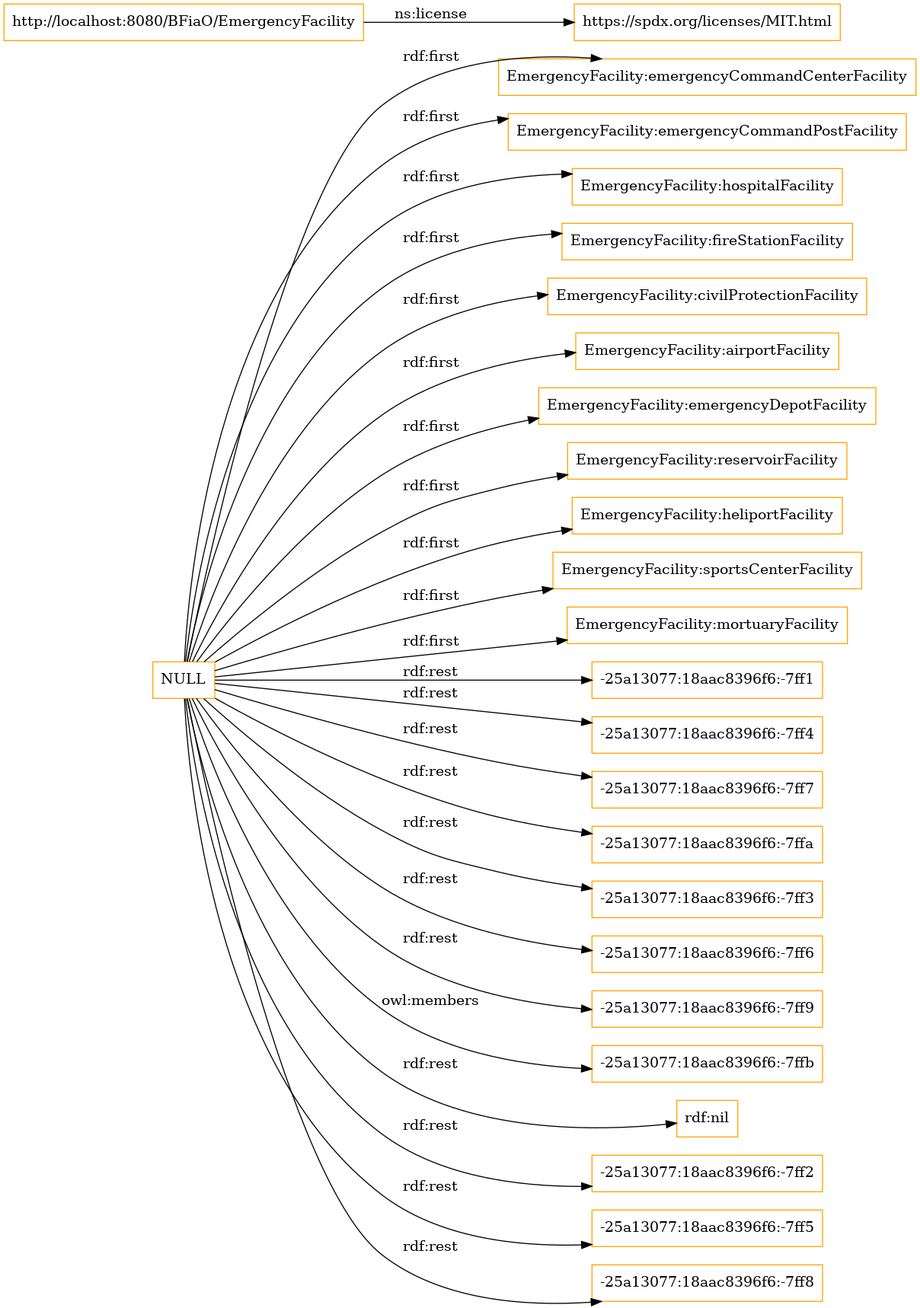
Earlier version of the Graphviz export OnToology/EmergencyFacility.owl/diagrams/ar2dtool-class/EmergencyFacility.owl.png (ahmad88me/bfiao). Its source is kept beside it as OnToology/EmergencyFacility.owl/diagrams/ar2dtool-class/EmergencyFacility.owl.png.dot. Source of this version:
```dot
digraph ar2dtool_diagram {
rankdir=LR;
size="1501"
node [shape = rectangle, color="orange"]; "EmergencyFacility:emergencyCommandCenterFacility" "EmergencyFacility:emergencyCommandPostFacility" "EmergencyFacility:hospitalFacility" "EmergencyFacility:fireStationFacility" "EmergencyFacility:civilProtectionFacility" "EmergencyFacility:airportFacility" "EmergencyFacility:emergencyDepotFacility" "EmergencyFacility:reservoirFacility" "EmergencyFacility:heliportFacility" "EmergencyFacility:sportsCenterFacility" "EmergencyFacility:mortuaryFacility" ; /*classes style*/
	"NULL" -> "-25a13077:18aac8396f6:-7ff1" [ label = "rdf:rest" ];
	"NULL" -> "-25a13077:18aac8396f6:-7ff4" [ label = "rdf:rest" ];
	"NULL" -> "-25a13077:18aac8396f6:-7ff7" [ label = "rdf:rest" ];
	"NULL" -> "EmergencyFacility:civilProtectionFacility" [ label = "rdf:first" ];
	"NULL" -> "EmergencyFacility:emergencyCommandPostFacility" [ label = "rdf:first" ];
	"NULL" -> "-25a13077:18aac8396f6:-7ffa" [ label = "rdf:rest" ];
	"NULL" -> "-25a13077:18aac8396f6:-7ff3" [ label = "rdf:rest" ];
	"NULL" -> "-25a13077:18aac8396f6:-7ff6" [ label = "rdf:rest" ];
	"NULL" -> "-25a13077:18aac8396f6:-7ff9" [ label = "rdf:rest" ];
	"NULL" -> "EmergencyFacility:emergencyDepotFacility" [ label = "rdf:first" ];
	"NULL" -> "-25a13077:18aac8396f6:-7ffb" [ label = "owl:members" ];
	"NULL" -> "EmergencyFacility:hospitalFacility" [ label = "rdf:first" ];
	"NULL" -> "rdf:nil" [ label = "rdf:rest" ];
	"NULL" -> "EmergencyFacility:airportFacility" [ label = "rdf:first" ];
	"NULL" -> "-25a13077:18aac8396f6:-7ff2" [ label = "rdf:rest" ];
	"NULL" -> "EmergencyFacility:heliportFacility" [ label = "rdf:first" ];
	"NULL" -> "-25a13077:18aac8396f6:-7ff5" [ label = "rdf:rest" ];
	"NULL" -> "-25a13077:18aac8396f6:-7ff8" [ label = "rdf:rest" ];
	"NULL" -> "EmergencyFacility:emergencyCommandCenterFacility" [ label = "rdf:first" ];
	"NULL" -> "EmergencyFacility:fireStationFacility" [ label = "rdf:first" ];
	"NULL" -> "EmergencyFacility:reservoirFacility" [ label = "rdf:first" ];
	"NULL" -> "EmergencyFacility:mortuaryFacility" [ label = "rdf:first" ];
	"NULL" -> "EmergencyFacility:sportsCenterFacility" [ label = "rdf:first" ];
	"http://localhost:8080/BFiaO/EmergencyFacility" -> "https://spdx.org/licenses/MIT.html" [ label = "ns:license" ];

}
```
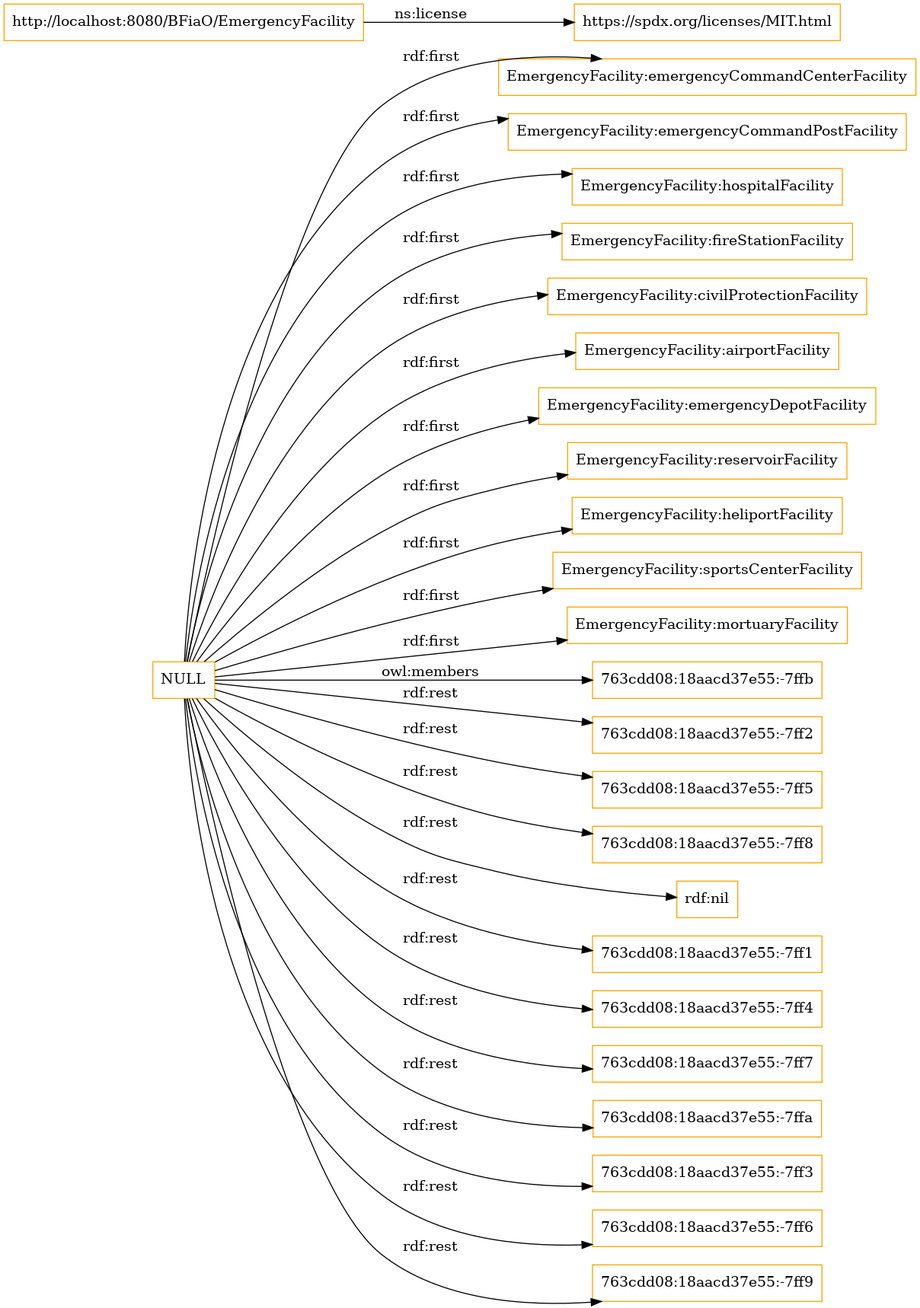
The same diagram one commit later.

Diff of the diagram source:
```diff
@@ -2,29 +2,29 @@
 rankdir=LR;
 size="1501"
 node [shape = rectangle, color="orange"]; "EmergencyFacility:emergencyCommandCenterFacility" "EmergencyFacility:emergencyCommandPostFacility" "EmergencyFacility:hospitalFacility" "EmergencyFacility:fireStationFacility" "EmergencyFacility:civilProtectionFacility" "EmergencyFacility:airportFacility" "EmergencyFacility:emergencyDepotFacility" "EmergencyFacility:reservoirFacility" "EmergencyFacility:heliportFacility" "EmergencyFacility:sportsCenterFacility" "EmergencyFacility:mortuaryFacility" ; /*classes style*/
-	"NULL" -> "-25a13077:18aac8396f6:-7ff1" [ label = "rdf:rest" ];
-	"NULL" -> "-25a13077:18aac8396f6:-7ff4" [ label = "rdf:rest" ];
-	"NULL" -> "-25a13077:18aac8396f6:-7ff7" [ label = "rdf:rest" ];
 	"NULL" -> "EmergencyFacility:civilProtectionFacility" [ label = "rdf:first" ];
+	"NULL" -> "763cdd08:18aacd37e55:-7ffb" [ label = "owl:members" ];
 	"NULL" -> "EmergencyFacility:emergencyCommandPostFacility" [ label = "rdf:first" ];
-	"NULL" -> "-25a13077:18aac8396f6:-7ffa" [ label = "rdf:rest" ];
-	"NULL" -> "-25a13077:18aac8396f6:-7ff3" [ label = "rdf:rest" ];
-	"NULL" -> "-25a13077:18aac8396f6:-7ff6" [ label = "rdf:rest" ];
-	"NULL" -> "-25a13077:18aac8396f6:-7ff9" [ label = "rdf:rest" ];
+	"NULL" -> "763cdd08:18aacd37e55:-7ff2" [ label = "rdf:rest" ];
+	"NULL" -> "763cdd08:18aacd37e55:-7ff5" [ label = "rdf:rest" ];
+	"NULL" -> "763cdd08:18aacd37e55:-7ff8" [ label = "rdf:rest" ];
 	"NULL" -> "EmergencyFacility:emergencyDepotFacility" [ label = "rdf:first" ];
-	"NULL" -> "-25a13077:18aac8396f6:-7ffb" [ label = "owl:members" ];
 	"NULL" -> "EmergencyFacility:hospitalFacility" [ label = "rdf:first" ];
 	"NULL" -> "rdf:nil" [ label = "rdf:rest" ];
+	"NULL" -> "763cdd08:18aacd37e55:-7ff1" [ label = "rdf:rest" ];
+	"NULL" -> "763cdd08:18aacd37e55:-7ff4" [ label = "rdf:rest" ];
+	"NULL" -> "763cdd08:18aacd37e55:-7ff7" [ label = "rdf:rest" ];
 	"NULL" -> "EmergencyFacility:airportFacility" [ label = "rdf:first" ];
-	"NULL" -> "-25a13077:18aac8396f6:-7ff2" [ label = "rdf:rest" ];
 	"NULL" -> "EmergencyFacility:heliportFacility" [ label = "rdf:first" ];
-	"NULL" -> "-25a13077:18aac8396f6:-7ff5" [ label = "rdf:rest" ];
-	"NULL" -> "-25a13077:18aac8396f6:-7ff8" [ label = "rdf:rest" ];
+	"NULL" -> "763cdd08:18aacd37e55:-7ffa" [ label = "rdf:rest" ];
 	"NULL" -> "EmergencyFacility:emergencyCommandCenterFacility" [ label = "rdf:first" ];
 	"NULL" -> "EmergencyFacility:fireStationFacility" [ label = "rdf:first" ];
 	"NULL" -> "EmergencyFacility:reservoirFacility" [ label = "rdf:first" ];
 	"NULL" -> "EmergencyFacility:mortuaryFacility" [ label = "rdf:first" ];
+	"NULL" -> "763cdd08:18aacd37e55:-7ff3" [ label = "rdf:rest" ];
 	"NULL" -> "EmergencyFacility:sportsCenterFacility" [ label = "rdf:first" ];
+	"NULL" -> "763cdd08:18aacd37e55:-7ff6" [ label = "rdf:rest" ];
+	"NULL" -> "763cdd08:18aacd37e55:-7ff9" [ label = "rdf:rest" ];
 	"http://localhost:8080/BFiaO/EmergencyFacility" -> "https://spdx.org/licenses/MIT.html" [ label = "ns:license" ];
 
 }
```
